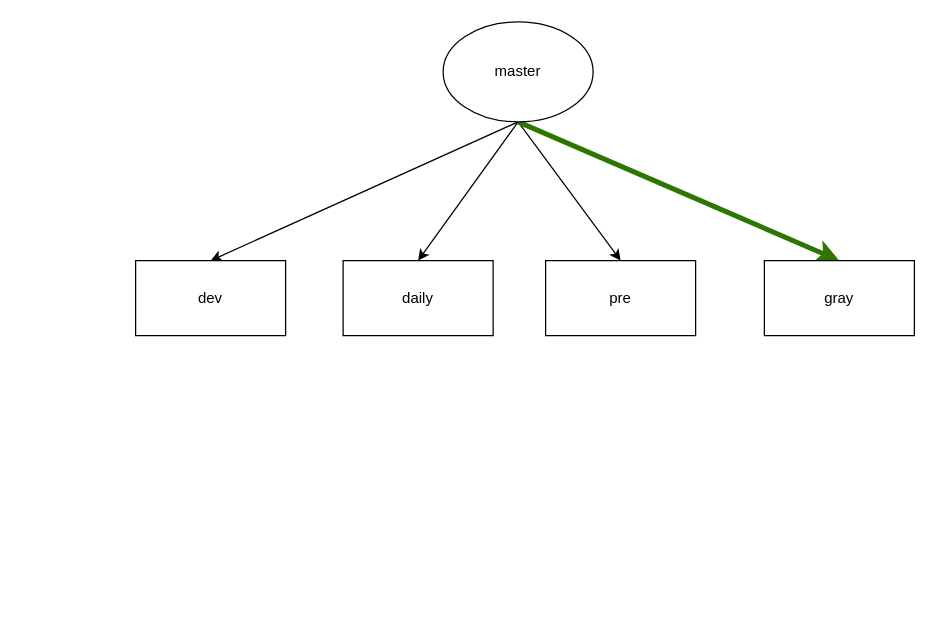
The draw.io diagram 工程分支管理.drawio in catface996/images, before the edit. Source tidied: cells renumbered, new cells numbered last; positions are measured from the earlier drawing's top-left corner, leaving out a move shared by most shapes. Both pictures are drawn from the tidied source at 125%, with x=0, y=0 at pixel (135, 21).
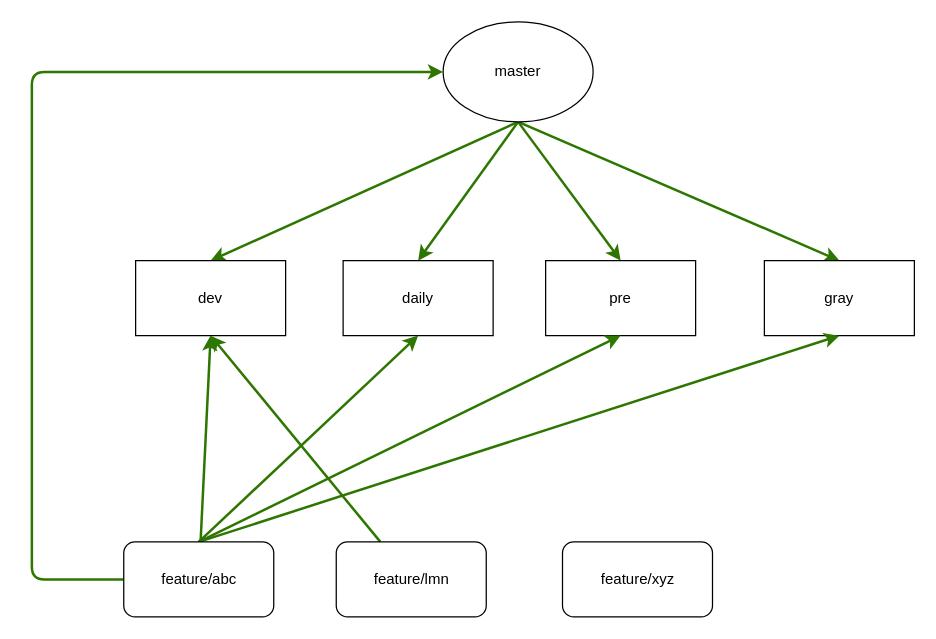
After the change.

Commit message (it also covers changes not shown here):
更新工程分支管理.drawio

The change refers to these unchanged cells:
```xml
<mxCell id="6" value="master" style="ellipse;whiteSpace=wrap;html=1;" parent="1" vertex="1">
  <mxGeometry x="246" width="120" height="80" as="geometry" />
</mxCell>
<mxCell id="7" value="dev" style="rounded=0;whiteSpace=wrap;html=1;" parent="1" vertex="1">
  <mxGeometry y="191" width="120" height="60" as="geometry" />
</mxCell>
<mxCell id="8" value="daily" style="rounded=0;whiteSpace=wrap;html=1;" parent="1" vertex="1">
  <mxGeometry x="166" y="191" width="120" height="60" as="geometry" />
</mxCell>
<mxCell id="9" value="pre" style="rounded=0;whiteSpace=wrap;html=1;" parent="1" vertex="1">
  <mxGeometry x="328" y="191" width="120" height="60" as="geometry" />
</mxCell>
<mxCell id="10" value="gray" style="rounded=0;whiteSpace=wrap;html=1;" parent="1" vertex="1">
  <mxGeometry x="503" y="191" width="120" height="60" as="geometry" />
</mxCell>
```

What changed in the source:
```diff
@@
-    <mxCell id="2" style="rounded=0;jettySize=auto;html=1;entryX=0.5;entryY=0;entryDx=0;entryDy=0;exitX=0.5;exitY=1;exitDx=0;exitDy=0;" parent="1" edge="1" source="6" target="7">
+    <mxCell id="2" style="rounded=0;jettySize=auto;html=1;entryX=0.5;entryY=0;entryDx=0;entryDy=0;exitX=0.5;exitY=1;exitDx=0;exitDy=0;fillColor=#60a917;strokeColor=#2D7600;strokeWidth=2;" parent="1" edge="1" source="6" target="7">
       <mxGeometry relative="1" as="geometry" />
     </mxCell>
-    <mxCell id="3" style="edgeStyle=none;rounded=0;jettySize=auto;html=1;entryX=0.5;entryY=0;entryDx=0;entryDy=0;exitX=0.5;exitY=1;exitDx=0;exitDy=0;" parent="1" edge="1" source="6" target="8">
+    <mxCell id="3" style="edgeStyle=none;rounded=0;jettySize=auto;html=1;entryX=0.5;entryY=0;entryDx=0;entryDy=0;exitX=0.5;exitY=1;exitDx=0;exitDy=0;fillColor=#60a917;strokeColor=#2D7600;strokeWidth=2;" parent="1" edge="1" source="6" target="8">
       <mxGeometry relative="1" as="geometry" />
     </mxCell>
-    <mxCell id="4" style="edgeStyle=none;rounded=0;jettySize=auto;html=1;entryX=0.5;entryY=0;entryDx=0;entryDy=0;exitX=0.5;exitY=1;exitDx=0;exitDy=0;" parent="1" edge="1" source="6" target="9">
+    <mxCell id="4" style="edgeStyle=none;rounded=0;jettySize=auto;html=1;entryX=0.5;entryY=0;entryDx=0;entryDy=0;exitX=0.5;exitY=1;exitDx=0;exitDy=0;fillColor=#60a917;strokeColor=#2D7600;strokeWidth=2;" parent="1" edge="1" source="6" target="9">
       <mxGeometry relative="1" as="geometry" />
     </mxCell>
-    <mxCell id="5" style="edgeStyle=none;rounded=1;jettySize=auto;html=1;entryX=0.5;entryY=0;entryDx=0;entryDy=0;exitX=0.5;exitY=1;exitDx=0;exitDy=0;fillColor=#60a917;strokeColor=#2D7600;strokeWidth=4;" parent="1" edge="1" source="6" target="10">
+    <mxCell id="5" style="edgeStyle=none;rounded=1;jettySize=auto;html=1;entryX=0.5;entryY=0;entryDx=0;entryDy=0;exitX=0.5;exitY=1;exitDx=0;exitDy=0;fillColor=#60a917;strokeColor=#2D7600;strokeWidth=2;" parent="1" edge="1" source="6" target="10">
       <mxGeometry relative="1" as="geometry" />
     </mxCell>
@@
+    <mxCell id="11" style="edgeStyle=none;rounded=1;jettySize=auto;html=1;entryX=0.5;entryY=1;entryDx=0;entryDy=0;strokeWidth=2;fillColor=#60a917;strokeColor=#2D7600;" parent="1" edge="1" source="16" target="7">
+      <mxGeometry relative="1" as="geometry" />
+    </mxCell>
+    <mxCell id="12" style="edgeStyle=none;rounded=1;jettySize=auto;html=1;entryX=0.5;entryY=1;entryDx=0;entryDy=0;strokeWidth=2;exitX=0.5;exitY=0;exitDx=0;exitDy=0;fillColor=#60a917;strokeColor=#2D7600;" parent="1" edge="1" source="16" target="8">
+      <mxGeometry relative="1" as="geometry" />
+    </mxCell>
+    <mxCell id="13" style="edgeStyle=none;rounded=1;jettySize=auto;html=1;entryX=0.5;entryY=1;entryDx=0;entryDy=0;strokeWidth=2;exitX=0.5;exitY=0;exitDx=0;exitDy=0;fillColor=#60a917;strokeColor=#2D7600;" parent="1" edge="1" source="16" target="9">
+      <mxGeometry relative="1" as="geometry" />
+    </mxCell>
+    <mxCell id="14" style="edgeStyle=none;rounded=1;jettySize=auto;html=1;entryX=0.5;entryY=1;entryDx=0;entryDy=0;strokeWidth=2;exitX=0.5;exitY=0;exitDx=0;exitDy=0;fillColor=#60a917;strokeColor=#2D7600;" parent="1" edge="1" source="16" target="10">
+      <mxGeometry relative="1" as="geometry" />
+    </mxCell>
+    <mxCell id="15" style="edgeStyle=orthogonalEdgeStyle;rounded=1;jettySize=auto;html=1;entryX=0;entryY=0.5;entryDx=0;entryDy=0;strokeWidth=2;fillColor=#60a917;strokeColor=#2D7600;" parent="1" edge="1" source="16" target="6">
+      <mxGeometry relative="1" as="geometry">
+        <Array as="points">
+          <mxPoint x="-83" y="446" />
+          <mxPoint x="-83" y="40" />
+        </Array>
+      </mxGeometry>
+    </mxCell>
+    <mxCell id="16" value="feature/abc" style="rounded=1;whiteSpace=wrap;html=1;" parent="1" vertex="1">
+      <mxGeometry x="-9.5" y="416" width="120" height="60" as="geometry" />
+    </mxCell>
+    <mxCell id="17" style="edgeStyle=none;rounded=1;jettySize=auto;html=1;entryX=0.5;entryY=1;entryDx=0;entryDy=0;strokeWidth=2;fillColor=#60a917;strokeColor=#2D7600;" parent="1" edge="1" source="18" target="7">
+      <mxGeometry relative="1" as="geometry" />
+    </mxCell>
+    <mxCell id="18" value="feature/lmn" style="rounded=1;whiteSpace=wrap;html=1;" parent="1" vertex="1">
+      <mxGeometry x="160.5" y="416" width="120" height="60" as="geometry" />
+    </mxCell>
+    <mxCell id="19" value="feature/xyz" style="rounded=1;whiteSpace=wrap;html=1;" parent="1" vertex="1">
+      <mxGeometry x="341.5" y="416" width="120" height="60" as="geometry" />
+    </mxCell>
```
